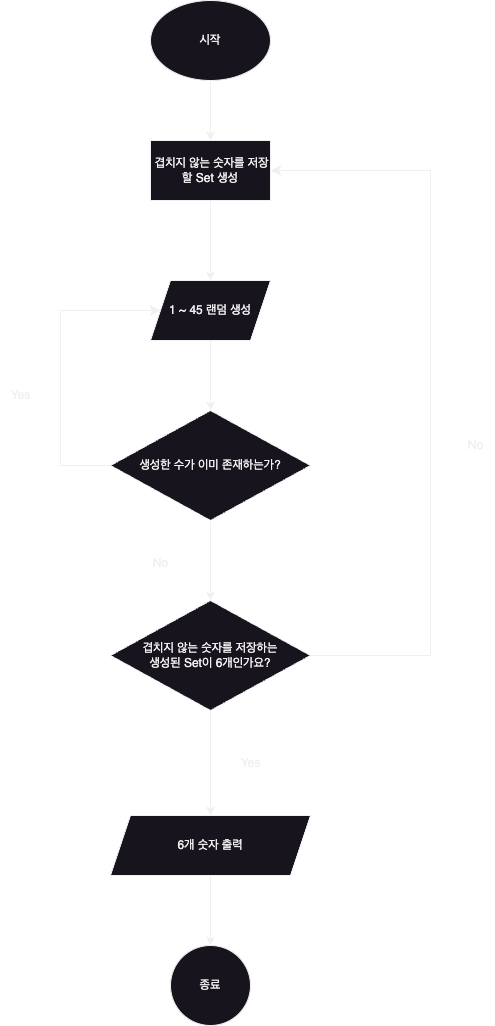
Above: CodeStarterCamp_Week2/로또_순서도.png in yagom-academy/swift-starter-Round2 (draw.io), before the change. Source tidied: cells renumbered, new cells last; positions are measured from the earlier drawing's top-left corner, leaving out a move shared by most shapes.
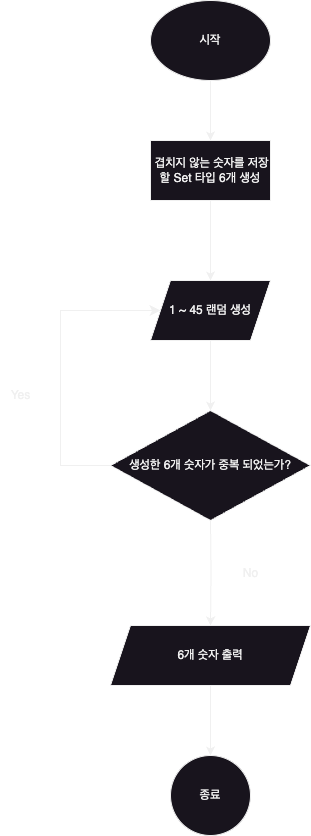
The same diagram one commit later.

The edit, as a diff of the source:
```diff
@@ -15,7 +15,7 @@
         <mxPoint x="210" y="280" as="targetPoint" />
       </mxGeometry>
     </mxCell>
-    <mxCell id="5" value="&amp;nbsp;겹치지 않는 숫자를 저장할 Set 생성" style="rounded=0;whiteSpace=wrap;html=1;" parent="1" vertex="1">
+    <mxCell id="5" value="&amp;nbsp;겹치지 않는 숫자를 저장할 Set 타입 6개 생성" style="rounded=0;whiteSpace=wrap;html=1;" parent="1" vertex="1">
       <mxGeometry x="150" y="140" width="120" height="60" as="geometry" />
     </mxCell>
     <mxCell id="6" style="edgeStyle=orthogonalEdgeStyle;rounded=0;jettySize=auto;html=1;" parent="1" edge="1" source="7" target="9">
@@ -24,21 +24,14 @@
     <mxCell id="7" value="1 ~ 45 랜덤 생성" style="shape=parallelogram;perimeter=parallelogramPerimeter;whiteSpace=wrap;html=1;fixedSize=1;" parent="1" vertex="1">
       <mxGeometry x="150" y="280" width="120" height="60" as="geometry" />
     </mxCell>
-    <mxCell id="8" style="edgeStyle=orthogonalEdgeStyle;rounded=0;jettySize=auto;html=1;" parent="1" edge="1" source="9" target="11">
-      <mxGeometry relative="1" as="geometry" />
-    </mxCell>
-    <mxCell id="9" value="생성한 수가 이미 존재하는가?" style="rhombus;whiteSpace=wrap;html=1;" parent="1" vertex="1">
+    <mxCell id="9" value="생성한 6개 숫자가 중복 되었는가?" style="rhombus;whiteSpace=wrap;html=1;" parent="1" vertex="1">
       <mxGeometry x="110" y="410" width="200" height="110" as="geometry" />
     </mxCell>
-    <mxCell id="10" style="edgeStyle=orthogonalEdgeStyle;rounded=0;jettySize=auto;html=1;" parent="1" edge="1" source="11" target="16">
-      <mxGeometry relative="1" as="geometry" />
+    <mxCell id="10" style="edgeStyle=orthogonalEdgeStyle;rounded=0;jettySize=auto;html=1;" parent="1" edge="1" target="16">
+      <mxGeometry relative="1" as="geometry">
+        <mxPoint x="210" y="520" as="sourcePoint" />
+      </mxGeometry>
     </mxCell>
-    <mxCell id="11" value="겹치지 않는 숫자를 저장하는&lt;br&gt;생성된 Set이 6개인가요?" style="rhombus;whiteSpace=wrap;html=1;" parent="1" vertex="1">
-      <mxGeometry x="110" y="600" width="200" height="110" as="geometry" />
-    </mxCell>
-    <mxCell id="12" value="No" style="text;html=1;align=center;verticalAlign=middle;strokeColor=none;fillColor=none;" parent="1" vertex="1">
-      <mxGeometry x="140" y="548" width="40" height="30" as="geometry" />
-    </mxCell>
     <mxCell id="13" style="edgeStyle=elbowEdgeStyle;elbow=horizontal;endArrow=classic;html=1;curved=0;rounded=0;endSize=8;startSize=8;exitX=0;exitY=0.5;exitDx=0;exitDy=0;" parent="1" edge="1" source="9">
       <mxGeometry relative="1" as="geometry">
         <mxPoint x="160" y="310" as="targetPoint" />
@@ -54,23 +47,13 @@
       <mxGeometry relative="1" as="geometry" />
     </mxCell>
     <mxCell id="16" value="6개 숫자 출력" style="shape=parallelogram;perimeter=parallelogramPerimeter;whiteSpace=wrap;html=1;fixedSize=1;" parent="1" vertex="1">
-      <mxGeometry x="110" y="815" width="200" height="60" as="geometry" />
+      <mxGeometry x="110" y="625" width="200" height="60" as="geometry" />
     </mxCell>
     <mxCell id="17" value="종료" style="ellipse;whiteSpace=wrap;html=1;" parent="1" vertex="1">
-      <mxGeometry x="170" y="945" width="80" height="80" as="geometry" />
+      <mxGeometry x="170" y="755" width="80" height="80" as="geometry" />
     </mxCell>
-    <mxCell id="18" style="edgeStyle=elbowEdgeStyle;elbow=horizontal;endArrow=classic;html=1;curved=0;rounded=0;endSize=8;startSize=8;entryX=1;entryY=0.5;entryDx=0;entryDy=0;exitX=1;exitY=0.5;exitDx=0;exitDy=0;" parent="1" edge="1" source="11" target="5">
-      <mxGeometry relative="1" as="geometry">
-        <Array as="points">
-          <mxPoint x="430" y="400" />
-        </Array>
-      </mxGeometry>
-    </mxCell>
-    <mxCell id="19" value="Yes" style="text;html=1;align=center;verticalAlign=middle;strokeColor=none;fillColor=none;" parent="1" vertex="1">
-      <mxGeometry x="230" y="748" width="40" height="30" as="geometry" />
+    <mxCell id="19" value="No" style="text;html=1;align=center;verticalAlign=middle;strokeColor=none;fillColor=none;" parent="1" vertex="1">
+      <mxGeometry x="230" y="558" width="40" height="30" as="geometry" />
     </mxCell>
-    <mxCell id="20" value="No" style="text;html=1;align=center;verticalAlign=middle;strokeColor=none;fillColor=none;" parent="1" vertex="1">
-      <mxGeometry x="455" y="430" width="40" height="30" as="geometry" />
-    </mxCell>
   </root>
 </mxGraphModel>
```
